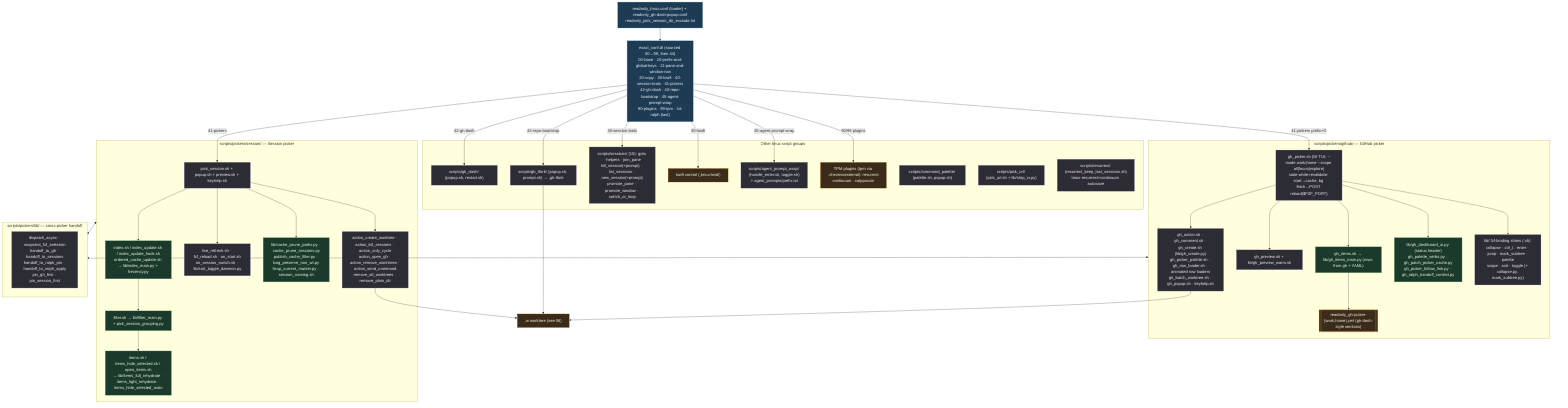
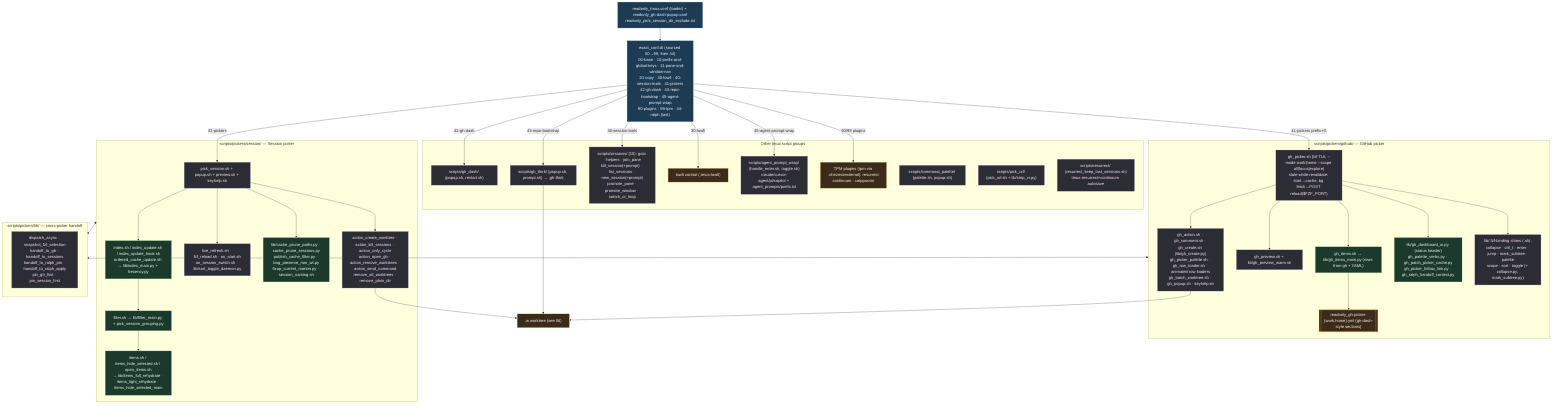
%% ============================================================================
%% 05-tmux-pickers.mmd — Every file under home/dot_config/exact_tmux/ (118).
%% Loader sources conf.d/* in numeric order; scripts/ holds all integrations.
%% Deployed to ~/.config/tmux/. Prefix = C-Space.
%% ============================================================================
flowchart TD
    classDef conf fill:#1d3b53,stroke:#7fb3d5,color:#eaf2f8;
    classDef sh fill:#2c2c34,stroke:#b39ddb,color:#f3e5f5;
    classDef py fill:#1b3a2b,stroke:#81c784,color:#e8f5e9;
    classDef data fill:#3a2b1b,stroke:#ffb74d,color:#fff3e0;

    LOADER["readonly_tmux.conf (loader) + readonly_gh-dash-popup.conf<br/>readonly_pick_session_dir_exclude.txt"]:::conf
    LOADER --> CONFD["exact_conf.d/ (sourced 00→99, then 44)<br/>00-base · 10-prefix-and-global-keys · 11-pane-and-window-nav<br/>20-copy · 30-lowfi · 40-session-tools · 41-pickers<br/>42-gh-dash · 43-repo-bootstrap · 45-agent-prompt-wrap<br/>90-plugins · 99-tpm · 44-ralph (last)"]:::conf

    CONFD -->|41-pickers prefix+G| GHP
    CONFD -->|41-pickers| SESS
    CONFD -->|42-gh-dash| GHDASH
    CONFD -->|43-repo-bootstrap| TFORK
    CONFD -->|40-session-tools| SESSIONS
    CONFD -->|30-lowfi| LOWFI
    CONFD -->|45-agent-prompt-wrap| APW
    CONFD -->|90/99 plugins| PLUGINS

    subgraph GH["scripts/pickers/github/ — GitHub picker"]
        GHP["gh_picker.sh (fzf TUI; --mode work|home --scope all|focus|explore)<br/>stale-while-revalidate: start→cache, bg fetch→POST reload($FZF_PORT)"]:::sh
        GHITEMS["gh_items.sh → lib/gh_items_main.py (rows from gh + YAML)"]:::py
        GHCFG[["readonly_gh-picker-{work,home}.yml (gh-dash-style sections)"]]:::data
        GHPREV["gh_preview.sh + lib/gh_preview_warm.sh"]:::sh
        GHACT["gh_action.sh · gh_comment.sh · gh_create.sh (lib/gh_create.py)<br/>gh_picker_palette.sh · gh_row_loader.sh · animated row loaders<br/>gh_batch_worktree.sh · gh_popup.sh · keyhelp.sh"]:::sh
        GHUI["lib/gh_dashboard_ui.py (status header)<br/>gh_palette_verbs.py · gh_patch_picker_cache.py<br/>gh_picker_follow_link.py · gh_ralph_handoff_context.py"]:::py
        GHBIND["lib/ fzf-binding shims (.sh):<br/>collapse · ctrl_t · enter · jump · mark_subtree · palette<br/>scope · sort · toggle (+ collapse.py, mark_subtree.py)"]:::sh
        GHP --> GHITEMS --> GHCFG
        GHP --> GHPREV & GHACT & GHUI & GHBIND
    end

    subgraph SE["scripts/pickers/session/ — Session picker"]
        SESS["pick_session.sh + popup.sh + preview.sh + keyhelp.sh"]:::sh
        SIDX["index.sh / index_update.sh / index_update_hook.sh<br/>ordered_cache_update.sh → lib/index_main.py + frecency.py"]:::py
        SFILT["filter.sh → lib/filter_main.py + pick_session_grouping.py"]:::py
        SITEMS["items.sh / items_hide_selected.sh / open_items.sh<br/>→ lib/items_full_rehydrate · items_light_rehydrate · items_hide_selected_main"]:::py
        SLIVE["live_refresh.sh · fzf_reload.sh · on_start.sh<br/>on_session_switch.sh · lib/sort_toggle_daemon.py"]:::sh
        SCACHE["lib/cache_prune_paths.py · cache_prune_sessions.py<br/>publish_cache_filter.py · bag_preserve_non_wt.py<br/>fixup_current_marker.py · session_naming.sh"]:::py
        SACT["action_create_worktree · action_kill_sessions · action_only_cycle<br/>action_open_gh · action_remove_worktrees · action_send_command<br/>remove_all_worktrees · remove_plain_dir"]:::sh
        SESS --> SIDX --> SFILT --> SITEMS
        SESS --> SLIVE & SCACHE & SACT
    end

    subgraph PLIB["scripts/pickers/lib/ — cross-picker handoff"]
        HO["dispatch_async · snapshot_fzf_selection<br/>handoff_to_gh · handoff_to_sessions<br/>handoff_to_ralph_pin · handoff_to_ralph_apply<br/>pin_gh_first · pin_session_first"]:::sh
    end
    GH <--> PLIB
    SE <--> PLIB

    subgraph OTHER["Other tmux script groups"]
        SESSIONS["scripts/sessions/ (10): goto · helpers · join_pane<br/>kill_session(+prompt) · list_sessions · new_session(+prompt)<br/>promote_pane · promote_window · switch_or_loop"]:::sh
        GHDASH["scripts/gh_dash/ (popup.sh, restart.sh)"]:::sh
        TFORK["scripts/gh_tfork/ (popup.sh, prompt.sh) → ,gh-tfork"]:::sh
        CMDP["scripts/command_palette/ (palette.sh, popup.sh)"]:::sh
        PURL["scripts/pick_url/ (pick_url.sh + lib/strip_cr.py)"]:::sh
-         APW["scripts/agent_prompt_wrap/ (handle_enter.sh, toggle.sh)<br/>+ agent_prompts/prefix.txt"]:::sh
+         APW["scripts/agent_prompt_wrap/ (handle_enter.sh, toggle.sh)<br/>claude/cursor-agent/pi/copilot + agent_prompts/prefix.txt"]:::sh
        RESUR["scripts/resurrect/ (resurrect_keep_last_sessions.sh)<br/>tmux-resurrect+continuum autosave"]:::sh
        LOWFI["lowfi control (,tmux-lowfi)"]:::data
        PLUGINS["TPM plugins (tpm via .chezmoiexternal): resurrect<br/>continuum · catppuccin"]:::data
    end
    SACT --> WLINK[",w worktree (see 06)"]:::data
    GHACT --> WLINK
    TFORK --> WLINK
